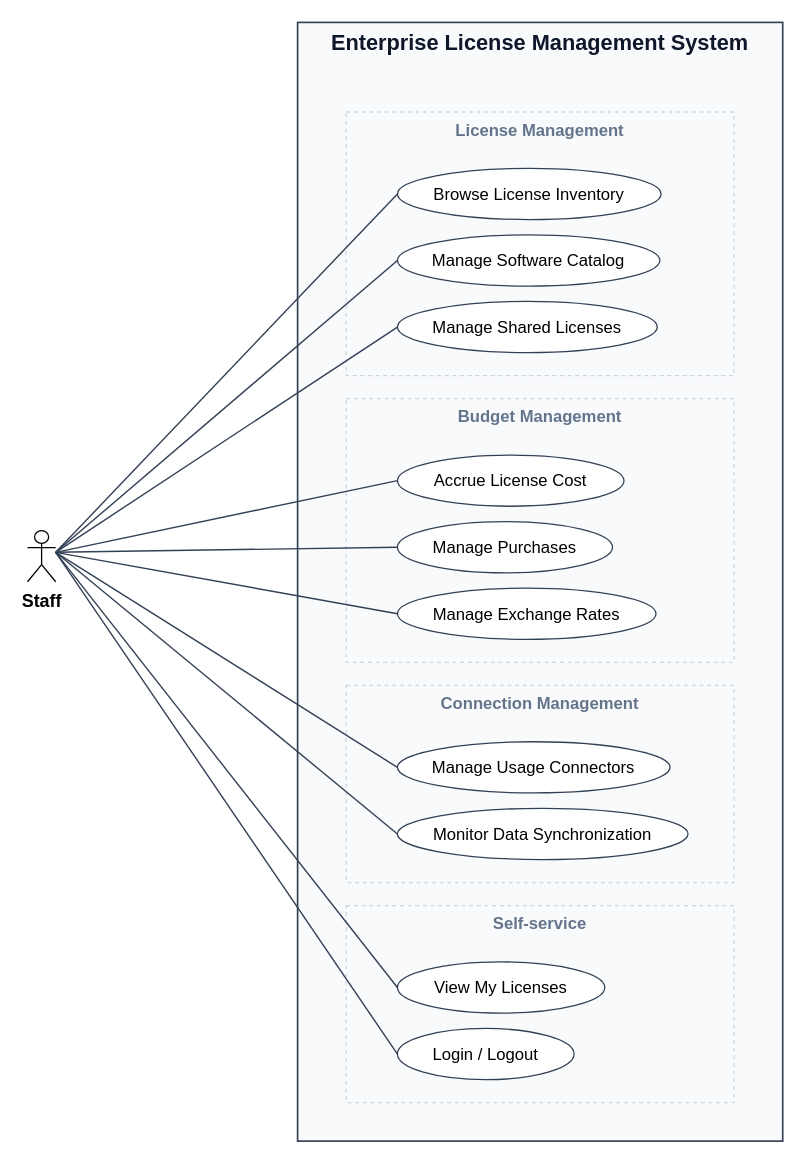
The draw.io diagram docs/diagrams/out/uc_staff.drawio in cuonglpv/VFast, before the edit. Source tidied: cells renumbered, new cells numbered last; positions are measured from the earlier drawing's top-left corner, leaving out a move shared by most shapes. Both pictures are drawn from the tidied source at 128%, with x=0, y=0 at pixel (27, 22).
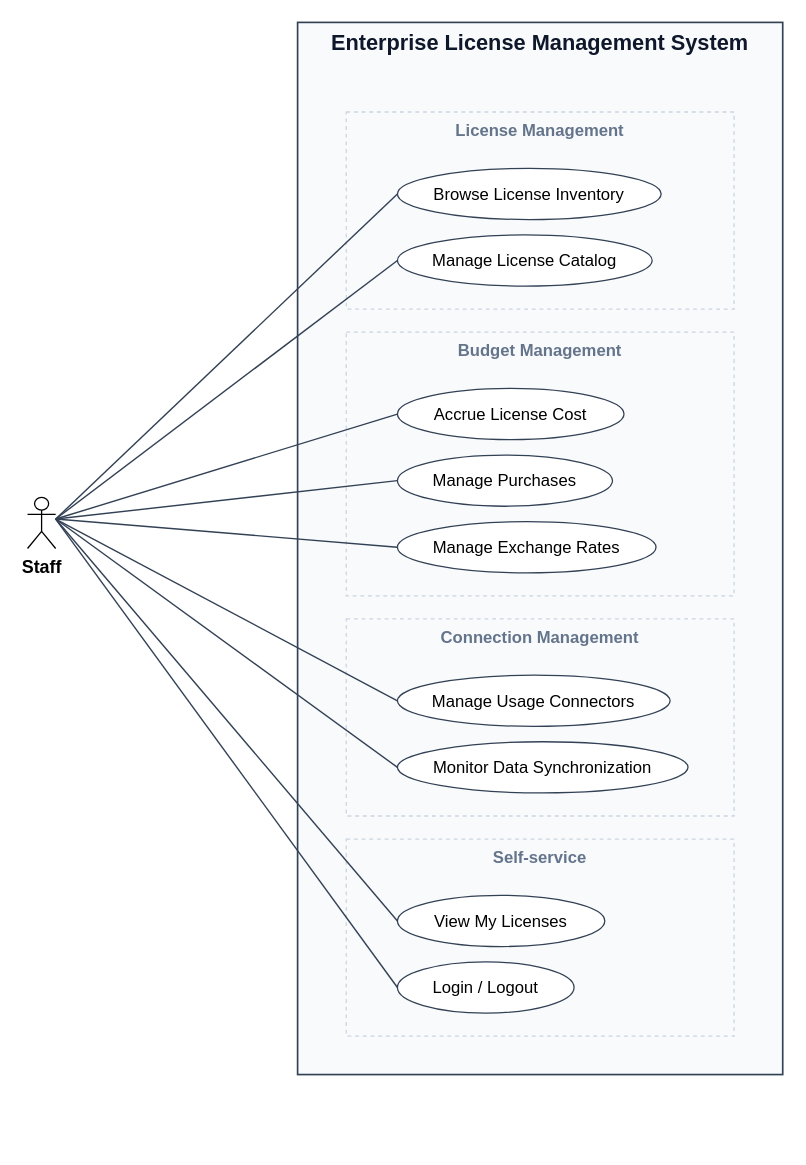
After the change.

What changed in the source:
```diff
@@
     <mxCell id="2" value="Enterprise License Management System" style="rounded=0;arcSize=0;absoluteArcSize=1;whiteSpace=wrap;html=1;fillColor=#F8FAFC;strokeColor=#334155;strokeWidth=1.3;fontSize=17;fontColor=#0f172a;align=center;verticalAlign=top;fontStyle=1;" parent="1" vertex="1">
-      <mxGeometry x="211" width="379" height="874" as="geometry" />
+      <mxGeometry x="211" width="379" height="822" as="geometry" />
     </mxCell>
     <mxCell id="3" value="License Management" style="rounded=0;arcSize=0;absoluteArcSize=1;whiteSpace=wrap;html=1;fillColor=#F8FAFC;strokeColor=#CBD5E1;strokeWidth=1;fontSize=13;fontColor=#64748B;align=center;verticalAlign=top;dashed=1;fontStyle=1;" parent="1" vertex="1">
-      <mxGeometry x="249" y="70" width="303" height="206" as="geometry" />
+      <mxGeometry x="249" y="70" width="303" height="154" as="geometry" />
     </mxCell>
@@
-    <mxCell id="5" value="Manage Software Catalog" style="ellipse;whiteSpace=wrap;html=1;fillColor=#ffffff;strokeColor=#334155;fontSize=13;fontColor=#000000;" parent="1" vertex="1">
-      <mxGeometry x="289" y="166" width="205" height="40" as="geometry" />
+    <mxCell id="5" value="Manage License Catalog" style="ellipse;whiteSpace=wrap;html=1;fillColor=#ffffff;strokeColor=#334155;fontSize=13;fontColor=#000000;" parent="1" vertex="1">
+      <mxGeometry x="289" y="166" width="199" height="40" as="geometry" />
     </mxCell>
-    <mxCell id="6" value="Manage Shared Licenses" style="ellipse;whiteSpace=wrap;html=1;fillColor=#ffffff;strokeColor=#334155;fontSize=13;fontColor=#000000;" parent="1" vertex="1">
-      <mxGeometry x="289" y="218" width="203" height="40" as="geometry" />
+    <mxCell id="6" value="Budget Management" style="rounded=0;arcSize=0;absoluteArcSize=1;whiteSpace=wrap;html=1;fillColor=#F8FAFC;strokeColor=#CBD5E1;strokeWidth=1;fontSize=13;fontColor=#64748B;align=center;verticalAlign=top;dashed=1;fontStyle=1;" parent="1" vertex="1">
+      <mxGeometry x="249" y="242" width="303" height="206" as="geometry" />
     </mxCell>
-    <mxCell id="7" value="Budget Management" style="rounded=0;arcSize=0;absoluteArcSize=1;whiteSpace=wrap;html=1;fillColor=#F8FAFC;strokeColor=#CBD5E1;strokeWidth=1;fontSize=13;fontColor=#64748B;align=center;verticalAlign=top;dashed=1;fontStyle=1;" parent="1" vertex="1">
-      <mxGeometry x="249" y="294" width="303" height="206" as="geometry" />
+    <mxCell id="7" value="Accrue License Cost" style="ellipse;whiteSpace=wrap;html=1;fillColor=#ffffff;strokeColor=#334155;fontSize=13;fontColor=#000000;" parent="1" vertex="1">
+      <mxGeometry x="289" y="286" width="177" height="40" as="geometry" />
     </mxCell>
-    <mxCell id="8" value="Accrue License Cost" style="ellipse;whiteSpace=wrap;html=1;fillColor=#ffffff;strokeColor=#334155;fontSize=13;fontColor=#000000;" parent="1" vertex="1">
-      <mxGeometry x="289" y="338" width="177" height="40" as="geometry" />
+    <mxCell id="8" value="Manage Purchases" style="ellipse;whiteSpace=wrap;html=1;fillColor=#ffffff;strokeColor=#334155;fontSize=13;fontColor=#000000;" parent="1" vertex="1">
+      <mxGeometry x="289" y="338" width="168" height="40" as="geometry" />
     </mxCell>
-    <mxCell id="9" value="Manage Purchases" style="ellipse;whiteSpace=wrap;html=1;fillColor=#ffffff;strokeColor=#334155;fontSize=13;fontColor=#000000;" parent="1" vertex="1">
-      <mxGeometry x="289" y="390" width="168" height="40" as="geometry" />
+    <mxCell id="9" value="Manage Exchange Rates" style="ellipse;whiteSpace=wrap;html=1;fillColor=#ffffff;strokeColor=#334155;fontSize=13;fontColor=#000000;" parent="1" vertex="1">
+      <mxGeometry x="289" y="390" width="202" height="40" as="geometry" />
     </mxCell>
-    <mxCell id="10" value="Manage Exchange Rates" style="ellipse;whiteSpace=wrap;html=1;fillColor=#ffffff;strokeColor=#334155;fontSize=13;fontColor=#000000;" parent="1" vertex="1">
-      <mxGeometry x="289" y="442" width="202" height="40" as="geometry" />
+    <mxCell id="10" value="Connection Management" style="rounded=0;arcSize=0;absoluteArcSize=1;whiteSpace=wrap;html=1;fillColor=#F8FAFC;strokeColor=#CBD5E1;strokeWidth=1;fontSize=13;fontColor=#64748B;align=center;verticalAlign=top;dashed=1;fontStyle=1;" parent="1" vertex="1">
+      <mxGeometry x="249" y="466" width="303" height="154" as="geometry" />
     </mxCell>
-    <mxCell id="11" value="Connection Management" style="rounded=0;arcSize=0;absoluteArcSize=1;whiteSpace=wrap;html=1;fillColor=#F8FAFC;strokeColor=#CBD5E1;strokeWidth=1;fontSize=13;fontColor=#64748B;align=center;verticalAlign=top;dashed=1;fontStyle=1;" parent="1" vertex="1">
-      <mxGeometry x="249" y="518" width="303" height="154" as="geometry" />
+    <mxCell id="11" value="Manage Usage Connectors" style="ellipse;whiteSpace=wrap;html=1;fillColor=#ffffff;strokeColor=#334155;fontSize=13;fontColor=#000000;" parent="1" vertex="1">
+      <mxGeometry x="289" y="510" width="213" height="40" as="geometry" />
     </mxCell>
-    <mxCell id="12" value="Manage Usage Connectors" style="ellipse;whiteSpace=wrap;html=1;fillColor=#ffffff;strokeColor=#334155;fontSize=13;fontColor=#000000;" parent="1" vertex="1">
-      <mxGeometry x="289" y="562" width="213" height="40" as="geometry" />
+    <mxCell id="12" value="Monitor Data Synchronization" style="ellipse;whiteSpace=wrap;html=1;fillColor=#ffffff;strokeColor=#334155;fontSize=13;fontColor=#000000;" parent="1" vertex="1">
+      <mxGeometry x="289" y="562" width="227" height="40" as="geometry" />
     </mxCell>
-    <mxCell id="13" value="Monitor Data Synchronization" style="ellipse;whiteSpace=wrap;html=1;fillColor=#ffffff;strokeColor=#334155;fontSize=13;fontColor=#000000;" parent="1" vertex="1">
-      <mxGeometry x="289" y="614" width="227" height="40" as="geometry" />
+    <mxCell id="13" value="Self-service" style="rounded=0;arcSize=0;absoluteArcSize=1;whiteSpace=wrap;html=1;fillColor=#F8FAFC;strokeColor=#CBD5E1;strokeWidth=1;fontSize=13;fontColor=#64748B;align=center;verticalAlign=top;dashed=1;fontStyle=1;" parent="1" vertex="1">
+      <mxGeometry x="249" y="638" width="303" height="154" as="geometry" />
     </mxCell>
-    <mxCell id="14" value="Self-service" style="rounded=0;arcSize=0;absoluteArcSize=1;whiteSpace=wrap;html=1;fillColor=#F8FAFC;strokeColor=#CBD5E1;strokeWidth=1;fontSize=13;fontColor=#64748B;align=center;verticalAlign=top;dashed=1;fontStyle=1;" parent="1" vertex="1">
-      <mxGeometry x="249" y="690" width="303" height="154" as="geometry" />
+    <mxCell id="14" value="View My Licenses" style="ellipse;whiteSpace=wrap;html=1;fillColor=#ffffff;strokeColor=#334155;fontSize=13;fontColor=#000000;" parent="1" vertex="1">
+      <mxGeometry x="289" y="682" width="162" height="40" as="geometry" />
     </mxCell>
-    <mxCell id="15" value="View My Licenses" style="ellipse;whiteSpace=wrap;html=1;fillColor=#ffffff;strokeColor=#334155;fontSize=13;fontColor=#000000;" parent="1" vertex="1">
-      <mxGeometry x="289" y="734" width="162" height="40" as="geometry" />
+    <mxCell id="15" value="Login / Logout" style="ellipse;whiteSpace=wrap;html=1;fillColor=#ffffff;strokeColor=#334155;fontSize=13;fontColor=#000000;" parent="1" vertex="1">
+      <mxGeometry x="289" y="734" width="138" height="40" as="geometry" />
     </mxCell>
-    <mxCell id="16" value="Login / Logout" style="ellipse;whiteSpace=wrap;html=1;fillColor=#ffffff;strokeColor=#334155;fontSize=13;fontColor=#000000;" parent="1" vertex="1">
-      <mxGeometry x="289" y="786" width="138" height="40" as="geometry" />
+    <mxCell id="16" value="Staff" style="shape=umlActor;html=1;verticalLabelPosition=bottom;verticalAlign=top;labelPosition=center;align=center;fontSize=14;fontStyle=1;" parent="1" vertex="1">
+      <mxGeometry y="371" width="22" height="40" as="geometry" />
     </mxCell>
-    <mxCell id="17" value="Staff" style="shape=umlActor;html=1;verticalLabelPosition=bottom;verticalAlign=top;labelPosition=center;align=center;fontSize=14;fontStyle=1;" parent="1" vertex="1">
-      <mxGeometry y="397" width="22" height="40" as="geometry" />
+    <mxCell id="17" style="html=1;rounded=0;endArrow=none;endFill=0;startArrow=none;startFill=0;strokeColor=#334155;strokeWidth=1.1;" parent="1" edge="1">
+      <mxGeometry relative="1" as="geometry">
+        <mxPoint x="22" y="388" as="sourcePoint" />
+        <mxPoint x="289" y="134" as="targetPoint" />
+      </mxGeometry>
     </mxCell>
     <mxCell id="18" style="html=1;rounded=0;endArrow=none;endFill=0;startArrow=none;startFill=0;strokeColor=#334155;strokeWidth=1.1;" parent="1" edge="1">
       <mxGeometry relative="1" as="geometry">
-        <mxPoint x="22" y="414" as="sourcePoint" />
-        <mxPoint x="289" y="134" as="targetPoint" />
+        <mxPoint x="22" y="388" as="sourcePoint" />
+        <mxPoint x="289" y="186" as="targetPoint" />
       </mxGeometry>
     </mxCell>
     <mxCell id="19" style="html=1;rounded=0;endArrow=none;endFill=0;startArrow=none;startFill=0;strokeColor=#334155;strokeWidth=1.1;" parent="1" edge="1">
       <mxGeometry relative="1" as="geometry">
-        <mxPoint x="22" y="414" as="sourcePoint" />
-        <mxPoint x="289" y="186" as="targetPoint" />
+        <mxPoint x="22" y="388" as="sourcePoint" />
+        <mxPoint x="289" y="306" as="targetPoint" />
       </mxGeometry>
     </mxCell>
     <mxCell id="20" style="html=1;rounded=0;endArrow=none;endFill=0;startArrow=none;startFill=0;strokeColor=#334155;strokeWidth=1.1;" parent="1" edge="1">
       <mxGeometry relative="1" as="geometry">
-        <mxPoint x="22" y="414" as="sourcePoint" />
-        <mxPoint x="289" y="238" as="targetPoint" />
+        <mxPoint x="22" y="388" as="sourcePoint" />
+        <mxPoint x="289" y="358" as="targetPoint" />
       </mxGeometry>
     </mxCell>
     <mxCell id="21" style="html=1;rounded=0;endArrow=none;endFill=0;startArrow=none;startFill=0;strokeColor=#334155;strokeWidth=1.1;" parent="1" edge="1">
       <mxGeometry relative="1" as="geometry">
-        <mxPoint x="22" y="414" as="sourcePoint" />
-        <mxPoint x="289" y="358" as="targetPoint" />
+        <mxPoint x="22" y="388" as="sourcePoint" />
+        <mxPoint x="289" y="410" as="targetPoint" />
       </mxGeometry>
     </mxCell>
     <mxCell id="22" style="html=1;rounded=0;endArrow=none;endFill=0;startArrow=none;startFill=0;strokeColor=#334155;strokeWidth=1.1;" parent="1" edge="1">
       <mxGeometry relative="1" as="geometry">
-        <mxPoint x="22" y="414" as="sourcePoint" />
-        <mxPoint x="289" y="410" as="targetPoint" />
+        <mxPoint x="22" y="388" as="sourcePoint" />
+        <mxPoint x="289" y="530" as="targetPoint" />
       </mxGeometry>
     </mxCell>
     <mxCell id="23" style="html=1;rounded=0;endArrow=none;endFill=0;startArrow=none;startFill=0;strokeColor=#334155;strokeWidth=1.1;" parent="1" edge="1">
       <mxGeometry relative="1" as="geometry">
-        <mxPoint x="22" y="414" as="sourcePoint" />
-        <mxPoint x="289" y="462" as="targetPoint" />
+        <mxPoint x="22" y="388" as="sourcePoint" />
+        <mxPoint x="289" y="582" as="targetPoint" />
       </mxGeometry>
     </mxCell>
     <mxCell id="24" style="html=1;rounded=0;endArrow=none;endFill=0;startArrow=none;startFill=0;strokeColor=#334155;strokeWidth=1.1;" parent="1" edge="1">
       <mxGeometry relative="1" as="geometry">
-        <mxPoint x="22" y="414" as="sourcePoint" />
-        <mxPoint x="289" y="582" as="targetPoint" />
+        <mxPoint x="22" y="388" as="sourcePoint" />
+        <mxPoint x="289" y="702" as="targetPoint" />
       </mxGeometry>
     </mxCell>
     <mxCell id="25" style="html=1;rounded=0;endArrow=none;endFill=0;startArrow=none;startFill=0;strokeColor=#334155;strokeWidth=1.1;" parent="1" edge="1">
       <mxGeometry relative="1" as="geometry">
-        <mxPoint x="22" y="414" as="sourcePoint" />
-        <mxPoint x="289" y="634" as="targetPoint" />
+        <mxPoint x="22" y="388" as="sourcePoint" />
+        <mxPoint x="289" y="754" as="targetPoint" />
       </mxGeometry>
     </mxCell>
-    <mxCell id="26" style="html=1;rounded=0;endArrow=none;endFill=0;startArrow=none;startFill=0;strokeColor=#334155;strokeWidth=1.1;" parent="1" edge="1">
-      <mxGeometry relative="1" as="geometry">
-        <mxPoint x="22" y="414" as="sourcePoint" />
-        <mxPoint x="289" y="754" as="targetPoint" />
-      </mxGeometry>
-    </mxCell>
-    <mxCell id="27" style="html=1;rounded=0;endArrow=none;endFill=0;startArrow=none;startFill=0;strokeColor=#334155;strokeWidth=1.1;" parent="1" edge="1">
-      <mxGeometry relative="1" as="geometry">
-        <mxPoint x="22" y="414" as="sourcePoint" />
-        <mxPoint x="289" y="806" as="targetPoint" />
-      </mxGeometry>
-    </mxCell>
```
